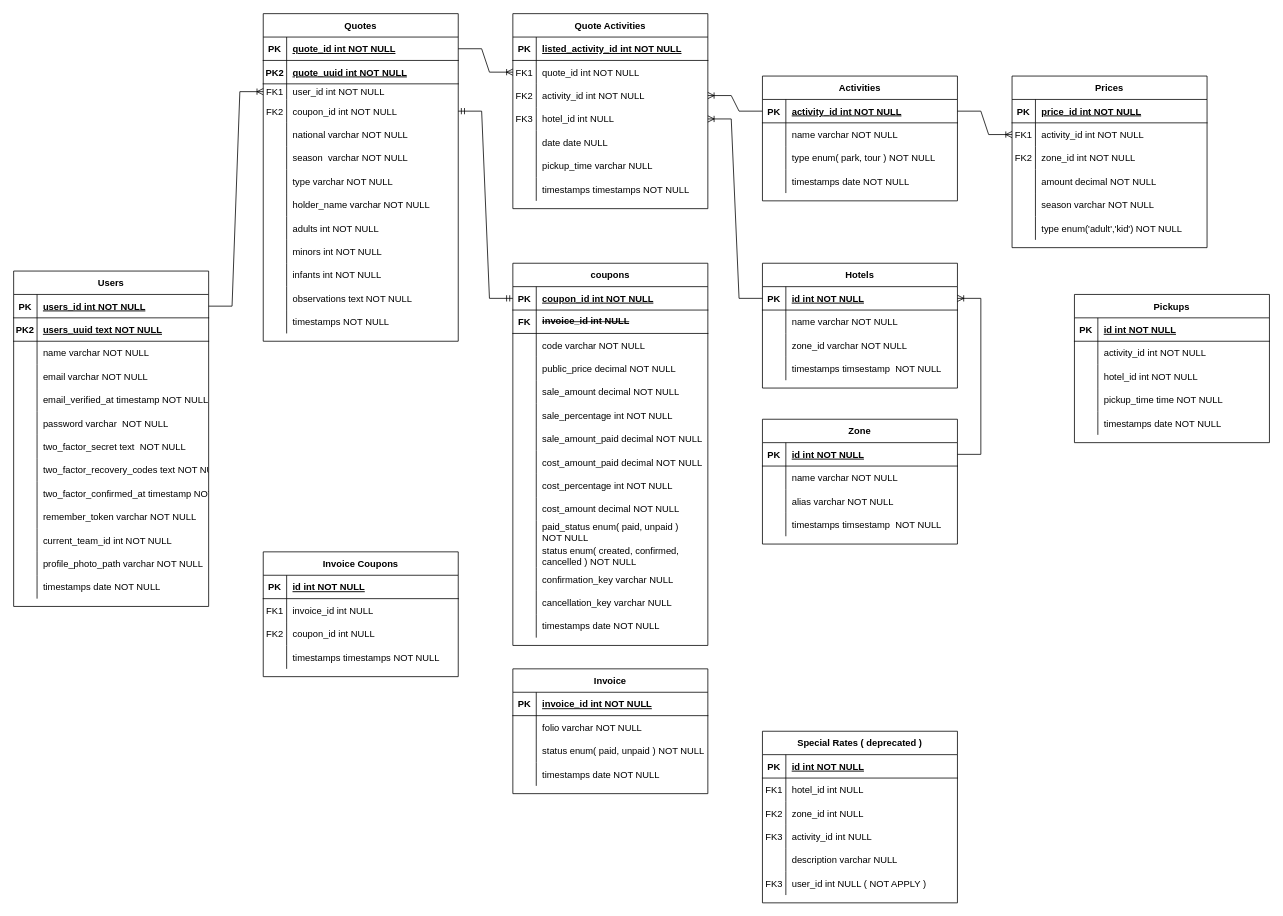
Earlier version of the draw.io diagram Diagrama sin título.drawio (Pcbtroniks/quote). Source tidied: cells renumbered, new cells numbered last; positions are measured from the earlier drawing's top-left corner, leaving out a move shared by most shapes. Both pictures are drawn from the tidied source at 78%, with x=0, y=0 at pixel (13, 13).
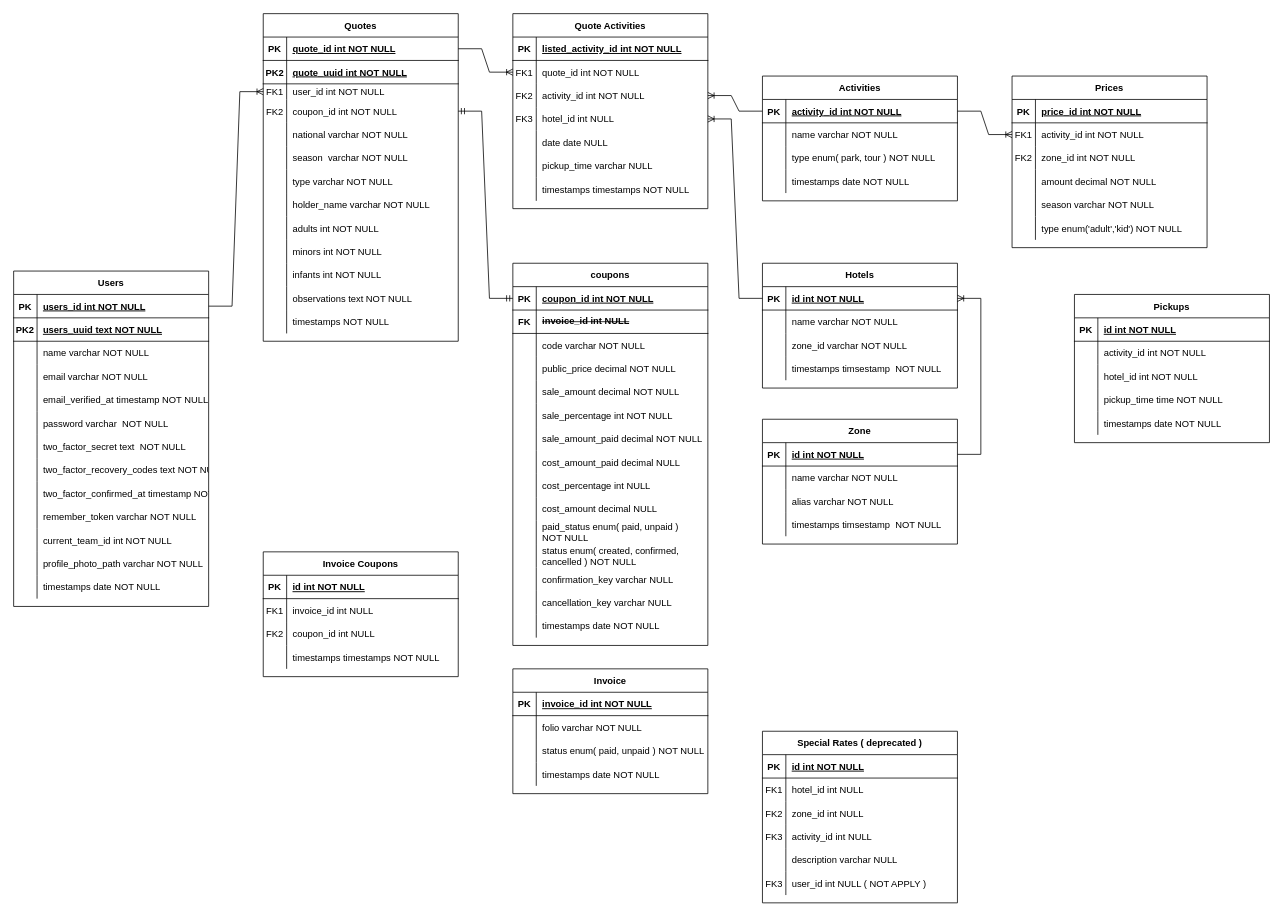
After the change.

Commit message:
REFACTOR PRE RELEASE 22/11/2022

Unchanged cells that the change refers to:
```xml
<mxCell id="158" style="shape=partialRectangle;fillColor=none;top=0;left=0;right=0;bottom=0;" parent="136" vertex="1">
  <mxGeometry y="240" width="250" height="30" as="geometry" />
</mxCell>
<mxCell id="161" style="shape=partialRectangle;fillColor=none;top=0;left=0;right=0;bottom=0;" parent="136" vertex="1">
  <mxGeometry y="270" width="250" height="30" as="geometry" />
</mxCell>
<mxCell id="164" style="shape=partialRectangle;fillColor=none;top=0;left=0;right=0;bottom=0;" parent="136" vertex="1">
  <mxGeometry y="300" width="250" height="30" as="geometry" />
</mxCell>
```

Change to the diagram source:
```diff
@@
-    <mxCell id="160" value="cost_amount_paid decimal NOT NULL" style="shape=partialRectangle;overflow=hidden;fillColor=none;top=0;left=0;bottom=0;right=0;align=left;spacingLeft=6;" parent="158" vertex="1">
+    <mxCell id="160" value="cost_amount_paid decimal NULL" style="shape=partialRectangle;overflow=hidden;fillColor=none;top=0;left=0;bottom=0;right=0;align=left;spacingLeft=6;" parent="158" vertex="1">
       <mxGeometry x="30" width="220" height="30" as="geometry" />
     </mxCell>
@@
-    <mxCell id="163" value="cost_percentage int NOT NULL" style="shape=partialRectangle;overflow=hidden;fillColor=none;top=0;left=0;bottom=0;right=0;align=left;spacingLeft=6;" parent="161" vertex="1">
+    <mxCell id="163" value="cost_percentage int NULL" style="shape=partialRectangle;overflow=hidden;fillColor=none;top=0;left=0;bottom=0;right=0;align=left;spacingLeft=6;" parent="161" vertex="1">
       <mxGeometry x="30" width="220" height="30" as="geometry" />
     </mxCell>
@@
-    <mxCell id="166" value="cost_amount decimal NOT NULL" style="shape=partialRectangle;overflow=hidden;fillColor=none;top=0;left=0;bottom=0;right=0;align=left;spacingLeft=6;" parent="164" vertex="1">
+    <mxCell id="166" value="cost_amount decimal NULL" style="shape=partialRectangle;overflow=hidden;fillColor=none;top=0;left=0;bottom=0;right=0;align=left;spacingLeft=6;" parent="164" vertex="1">
       <mxGeometry x="30" width="220" height="30" as="geometry" />
     </mxCell>
```
